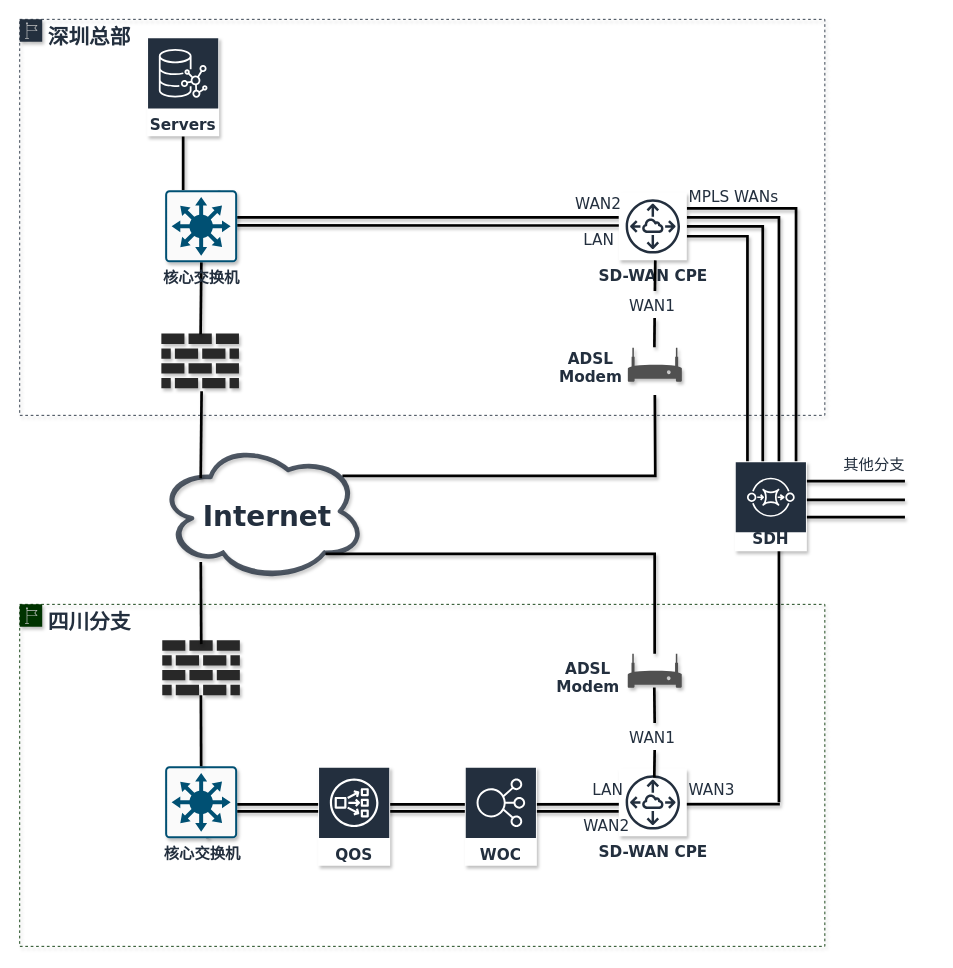
ZILLIONTSANG/NetworkDiagrams keeps this draw.io diagram as page "实施方案2" (6 of 7) of 喜之郎.drawio. Above is the earlier version. Source tidied: cells renumbered, new cells numbered last; positions are measured from the earlier drawing's top-left corner, leaving out a move shared by most shapes. Both pictures are drawn from the tidied source at 90%, with x=0, y=0 at pixel (19, 19).
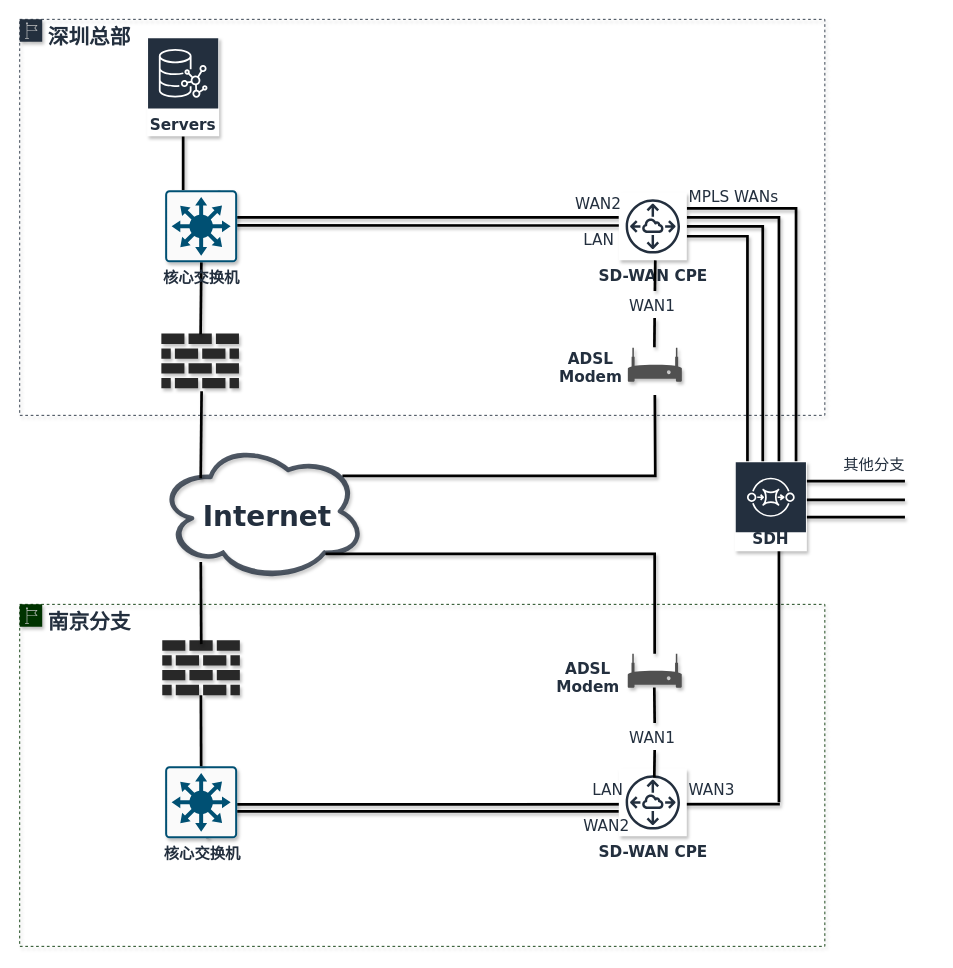
The same page after the edit.

Change to the diagram source:
```diff
@@
-    <mxCell id="7" value="&lt;font color=&quot;#232f3e&quot; style=&quot;font-size: 23px&quot;&gt;四川分支&lt;/font&gt;" style="gradientColor=none;html=1;whiteSpace=wrap;fontSize=17;fontStyle=1;shape=mxgraph.aws4.group;grIcon=mxgraph.aws4.group_region;fillColor=none;verticalAlign=top;align=left;spacingLeft=30;fontColor=#879196;dashed=1;fontFamily=Verdana;strokeColor=#003300;shadow=1;" parent="1" vertex="1">
+    <mxCell id="7" value="&lt;font color=&quot;#232f3e&quot; style=&quot;font-size: 23px&quot;&gt;南京分支&lt;/font&gt;" style="gradientColor=none;html=1;whiteSpace=wrap;fontSize=17;fontStyle=1;shape=mxgraph.aws4.group;grIcon=mxgraph.aws4.group_region;fillColor=none;verticalAlign=top;align=left;spacingLeft=30;fontColor=#879196;dashed=1;fontFamily=Verdana;strokeColor=#003300;shadow=1;" parent="1" vertex="1">
       <mxGeometry x="0.4" y="650" width="894.6" height="380" as="geometry" />
     </mxCell>
@@
-    <mxCell id="18" value="WOC" style="fontColor=#232F3E;gradientColor=none;strokeColor=#ffffff;fillColor=#232F3E;dashed=0;verticalLabelPosition=middle;verticalAlign=bottom;align=center;html=1;whiteSpace=wrap;fontSize=17;fontStyle=1;spacing=3;shape=mxgraph.aws4.productIcon;prIcon=mxgraph.aws4.elastic_load_balancing;fontFamily=Verdana;shadow=1;" parent="1" vertex="1">
-      <mxGeometry x="495" y="830.5" width="80" height="110" as="geometry" />
-    </mxCell>
@@
-    <mxCell id="20" value="QOS" style="fontColor=#232F3E;gradientColor=none;strokeColor=#ffffff;fillColor=#232F3E;dashed=0;verticalLabelPosition=middle;verticalAlign=bottom;align=center;html=1;whiteSpace=wrap;fontSize=17;fontStyle=1;spacing=3;shape=mxgraph.aws4.productIcon;prIcon=mxgraph.aws4.network_load_balancer;fontFamily=Verdana;shadow=1;" parent="1" vertex="1">
-      <mxGeometry x="332" y="830.5" width="80" height="110" as="geometry" />
-    </mxCell>
```
